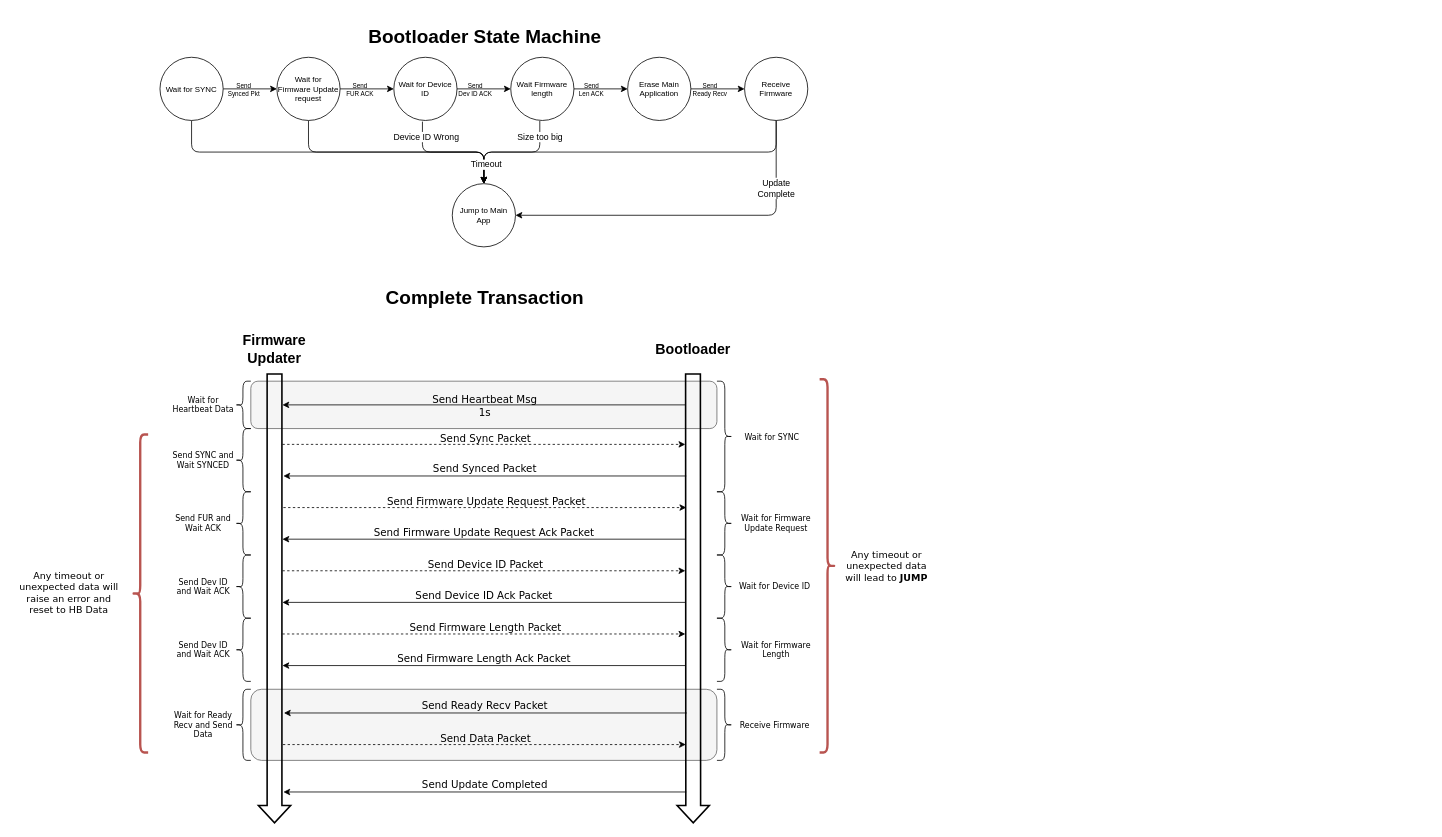
The draw.io diagram page "Bootloader State Machine" (4 of 4) of bootloader/bootloader mechanics.drawio in pipipipi2002/pmb_stm32, before the edit. Source tidied: cells renumbered, new cells numbered last; positions are measured from the earlier drawing's top-left corner, leaving out a move shared by most shapes. Both pictures are drawn from the tidied source at 79%, with x=0, y=0 at pixel (13, 25).
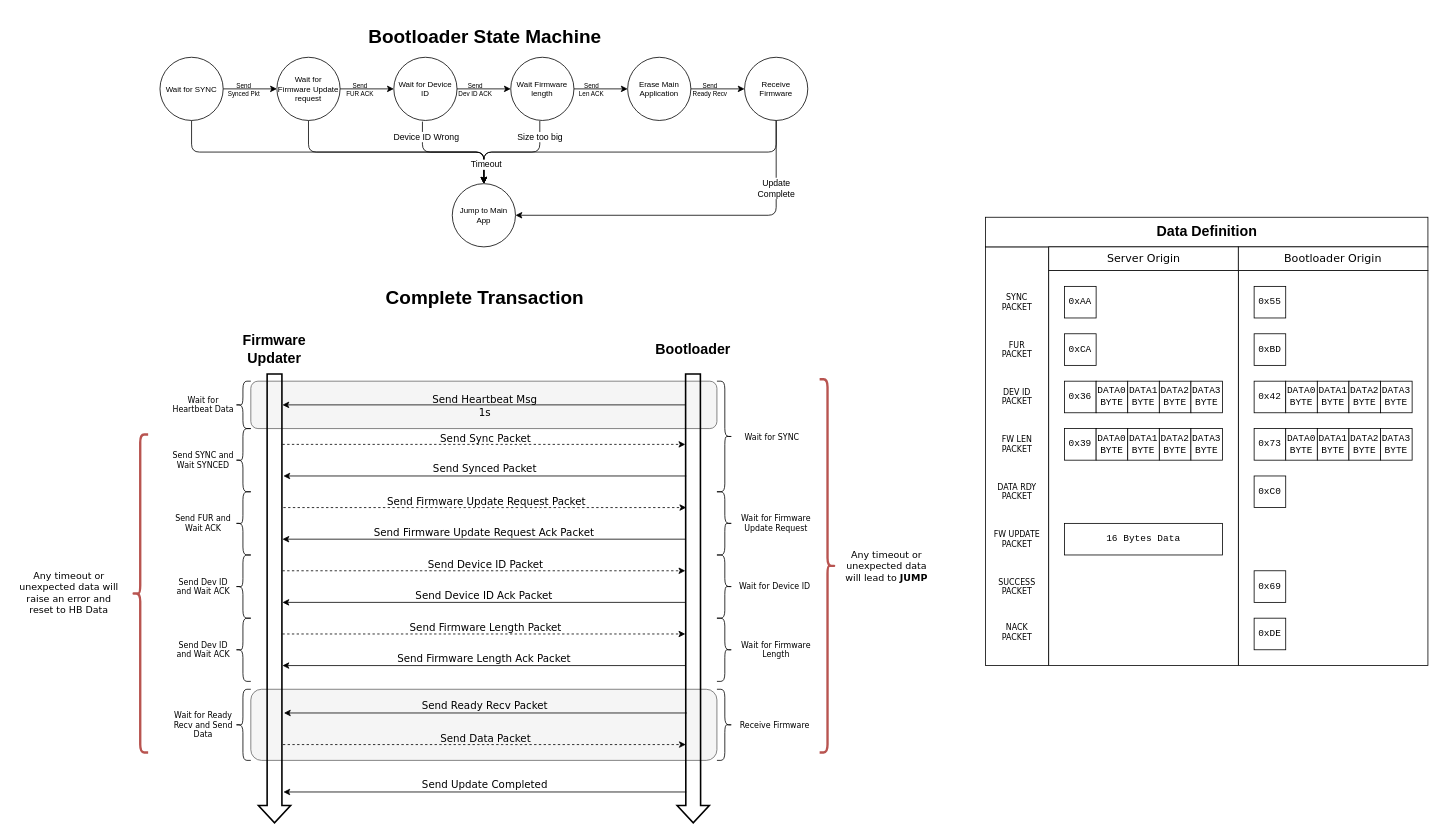
Above is the later version.

The edit, as a diff of the source:
```diff
@@
+    <mxCell id="86" style="rounded=0;whiteSpace=wrap;html=1;" parent="1" vertex="1">
+      <mxGeometry x="1230" y="280" width="80" height="530" as="geometry" />
+    </mxCell>
+    <mxCell id="87" style="rounded=0;whiteSpace=wrap;html=1;" parent="1" vertex="1">
+      <mxGeometry x="1550" y="310" width="240" height="500" as="geometry" />
+    </mxCell>
+    <mxCell id="88" style="rounded=0;whiteSpace=wrap;html=1;" parent="1" vertex="1">
+      <mxGeometry x="1310" y="310" width="240" height="500" as="geometry" />
+    </mxCell>
@@
+    <mxCell id="89" value="0xAA" style="rounded=0;whiteSpace=wrap;html=1;fontFamily=Courier New;" parent="1" vertex="1">
+      <mxGeometry x="1330" y="330" width="40" height="40" as="geometry" />
+    </mxCell>
+    <mxCell id="90" value="SYNC&lt;br&gt;PACKET" style="text;html=1;strokeColor=none;fillColor=none;align=center;verticalAlign=middle;whiteSpace=wrap;rounded=0;fontSize=10;fontFamily=Verdana;" parent="1" vertex="1">
+      <mxGeometry x="1230" y="332.5" width="80" height="35" as="geometry" />
+    </mxCell>
+    <mxCell id="91" value="0xCA" style="rounded=0;whiteSpace=wrap;html=1;fontFamily=Courier New;" parent="1" vertex="1">
+      <mxGeometry x="1330" y="390" width="40" height="40" as="geometry" />
+    </mxCell>
+    <mxCell id="92" value="0x55" style="rounded=0;whiteSpace=wrap;html=1;fontFamily=Courier New;" parent="1" vertex="1">
+      <mxGeometry x="1570" y="330" width="40" height="40" as="geometry" />
+    </mxCell>
+    <mxCell id="93" value="0xBD" style="rounded=0;whiteSpace=wrap;html=1;fontFamily=Courier New;" parent="1" vertex="1">
+      <mxGeometry x="1570" y="390" width="40" height="40" as="geometry" />
+    </mxCell>
+    <mxCell id="94" value="0x36" style="rounded=0;whiteSpace=wrap;html=1;fontFamily=Courier New;" parent="1" vertex="1">
+      <mxGeometry x="1330" y="450" width="40" height="40" as="geometry" />
+    </mxCell>
+    <mxCell id="95" value="0x42" style="rounded=0;whiteSpace=wrap;html=1;fontFamily=Courier New;" parent="1" vertex="1">
+      <mxGeometry x="1570" y="450" width="40" height="40" as="geometry" />
+    </mxCell>
+    <mxCell id="96" value="0x73" style="rounded=0;whiteSpace=wrap;html=1;fontFamily=Courier New;" parent="1" vertex="1">
+      <mxGeometry x="1570" y="510" width="40" height="40" as="geometry" />
+    </mxCell>
+    <mxCell id="97" value="0xC0" style="rounded=0;whiteSpace=wrap;html=1;fontFamily=Courier New;" parent="1" vertex="1">
+      <mxGeometry x="1570" y="570" width="40" height="40" as="geometry" />
+    </mxCell>
+    <mxCell id="98" value="0x39" style="rounded=0;whiteSpace=wrap;html=1;fontFamily=Courier New;" parent="1" vertex="1">
+      <mxGeometry x="1330" y="510" width="40" height="40" as="geometry" />
+    </mxCell>
+    <mxCell id="99" value="16 Bytes Data" style="rounded=0;whiteSpace=wrap;html=1;fontFamily=Courier New;" parent="1" vertex="1">
+      <mxGeometry x="1330" y="630" width="200" height="40" as="geometry" />
+    </mxCell>
+    <mxCell id="100" value="FUR&lt;br&gt;PACKET" style="text;html=1;strokeColor=none;fillColor=none;align=center;verticalAlign=middle;whiteSpace=wrap;rounded=0;fontSize=10;fontFamily=Verdana;" parent="1" vertex="1">
+      <mxGeometry x="1230" y="392.5" width="80" height="35" as="geometry" />
+    </mxCell>
+    <mxCell id="101" value="DEV ID&lt;br&gt;PACKET" style="text;html=1;strokeColor=none;fillColor=none;align=center;verticalAlign=middle;whiteSpace=wrap;rounded=0;fontSize=10;fontFamily=Verdana;" parent="1" vertex="1">
+      <mxGeometry x="1230" y="452.5" width="80" height="35" as="geometry" />
+    </mxCell>
+    <mxCell id="102" value="FW LEN&lt;br&gt;PACKET" style="text;html=1;strokeColor=none;fillColor=none;align=center;verticalAlign=middle;whiteSpace=wrap;rounded=0;fontSize=10;fontFamily=Verdana;" parent="1" vertex="1">
+      <mxGeometry x="1230" y="512.5" width="80" height="35" as="geometry" />
+    </mxCell>
+    <mxCell id="103" value="DATA RDY&lt;br&gt;PACKET" style="text;html=1;strokeColor=none;fillColor=none;align=center;verticalAlign=middle;whiteSpace=wrap;rounded=0;fontSize=10;fontFamily=Verdana;" parent="1" vertex="1">
+      <mxGeometry x="1230" y="572.5" width="80" height="35" as="geometry" />
+    </mxCell>
+    <mxCell id="104" value="FW UPDATE&lt;br&gt;PACKET" style="text;html=1;strokeColor=none;fillColor=none;align=center;verticalAlign=middle;whiteSpace=wrap;rounded=0;fontSize=10;fontFamily=Verdana;" parent="1" vertex="1">
+      <mxGeometry x="1230" y="632.5" width="80" height="35" as="geometry" />
+    </mxCell>
+    <mxCell id="105" value="DATA0&lt;br&gt;BYTE" style="rounded=0;whiteSpace=wrap;html=1;fontFamily=Courier New;" parent="1" vertex="1">
+      <mxGeometry x="1370" y="450" width="40" height="40" as="geometry" />
+    </mxCell>
+    <mxCell id="106" value="DATA1&lt;br&gt;BYTE" style="rounded=0;whiteSpace=wrap;html=1;fontFamily=Courier New;" parent="1" vertex="1">
+      <mxGeometry x="1410" y="450" width="40" height="40" as="geometry" />
+    </mxCell>
+    <mxCell id="107" value="DATA2&lt;br&gt;BYTE" style="rounded=0;whiteSpace=wrap;html=1;fontFamily=Courier New;" parent="1" vertex="1">
+      <mxGeometry x="1450" y="450" width="40" height="40" as="geometry" />
+    </mxCell>
+    <mxCell id="108" value="DATA3&lt;br&gt;BYTE" style="rounded=0;whiteSpace=wrap;html=1;fontFamily=Courier New;" parent="1" vertex="1">
+      <mxGeometry x="1490" y="450" width="40" height="40" as="geometry" />
+    </mxCell>
+    <mxCell id="109" value="DATA0&lt;br&gt;BYTE" style="rounded=0;whiteSpace=wrap;html=1;fontFamily=Courier New;" parent="1" vertex="1">
+      <mxGeometry x="1370" y="510" width="40" height="40" as="geometry" />
+    </mxCell>
+    <mxCell id="110" value="DATA1&lt;br&gt;BYTE" style="rounded=0;whiteSpace=wrap;html=1;fontFamily=Courier New;" parent="1" vertex="1">
+      <mxGeometry x="1410" y="510" width="40" height="40" as="geometry" />
+    </mxCell>
+    <mxCell id="111" value="DATA2&lt;br&gt;BYTE" style="rounded=0;whiteSpace=wrap;html=1;fontFamily=Courier New;" parent="1" vertex="1">
+      <mxGeometry x="1450" y="510" width="40" height="40" as="geometry" />
+    </mxCell>
+    <mxCell id="112" value="DATA3&lt;br&gt;BYTE" style="rounded=0;whiteSpace=wrap;html=1;fontFamily=Courier New;" parent="1" vertex="1">
+      <mxGeometry x="1490" y="510" width="40" height="40" as="geometry" />
+    </mxCell>
+    <mxCell id="113" value="DATA0&lt;br&gt;BYTE" style="rounded=0;whiteSpace=wrap;html=1;fontFamily=Courier New;" parent="1" vertex="1">
+      <mxGeometry x="1610" y="450" width="40" height="40" as="geometry" />
+    </mxCell>
+    <mxCell id="114" value="DATA1&lt;br&gt;BYTE" style="rounded=0;whiteSpace=wrap;html=1;fontFamily=Courier New;" parent="1" vertex="1">
+      <mxGeometry x="1650" y="450" width="40" height="40" as="geometry" />
+    </mxCell>
+    <mxCell id="115" value="DATA2&lt;br&gt;BYTE" style="rounded=0;whiteSpace=wrap;html=1;fontFamily=Courier New;" parent="1" vertex="1">
+      <mxGeometry x="1690" y="450" width="40" height="40" as="geometry" />
+    </mxCell>
+    <mxCell id="116" value="DATA3&lt;br&gt;BYTE" style="rounded=0;whiteSpace=wrap;html=1;fontFamily=Courier New;" parent="1" vertex="1">
+      <mxGeometry x="1730" y="450" width="40" height="40" as="geometry" />
+    </mxCell>
+    <mxCell id="117" value="DATA0&lt;br&gt;BYTE" style="rounded=0;whiteSpace=wrap;html=1;fontFamily=Courier New;" parent="1" vertex="1">
+      <mxGeometry x="1610" y="510" width="40" height="40" as="geometry" />
+    </mxCell>
+    <mxCell id="118" value="DATA1&lt;br&gt;BYTE" style="rounded=0;whiteSpace=wrap;html=1;fontFamily=Courier New;" parent="1" vertex="1">
+      <mxGeometry x="1650" y="510" width="40" height="40" as="geometry" />
+    </mxCell>
+    <mxCell id="119" value="DATA2&lt;br&gt;BYTE" style="rounded=0;whiteSpace=wrap;html=1;fontFamily=Courier New;" parent="1" vertex="1">
+      <mxGeometry x="1690" y="510" width="40" height="40" as="geometry" />
+    </mxCell>
+    <mxCell id="120" value="DATA3&lt;br&gt;BYTE" style="rounded=0;whiteSpace=wrap;html=1;fontFamily=Courier New;" parent="1" vertex="1">
+      <mxGeometry x="1730" y="510" width="40" height="40" as="geometry" />
+    </mxCell>
+    <mxCell id="121" value="0x69" style="rounded=0;whiteSpace=wrap;html=1;fontFamily=Courier New;" parent="1" vertex="1">
+      <mxGeometry x="1570" y="690" width="40" height="40" as="geometry" />
+    </mxCell>
+    <mxCell id="122" value="SUCCESS&lt;br&gt;PACKET" style="text;html=1;strokeColor=none;fillColor=none;align=center;verticalAlign=middle;whiteSpace=wrap;rounded=0;fontSize=10;fontFamily=Verdana;" parent="1" vertex="1">
+      <mxGeometry x="1230" y="692.5" width="80" height="35" as="geometry" />
+    </mxCell>
+    <mxCell id="123" value="NACK&lt;br&gt;PACKET" style="text;html=1;strokeColor=none;fillColor=none;align=center;verticalAlign=middle;whiteSpace=wrap;rounded=0;fontSize=10;fontFamily=Verdana;" parent="1" vertex="1">
+      <mxGeometry x="1230" y="750" width="80" height="35" as="geometry" />
+    </mxCell>
+    <mxCell id="124" value="0xDE" style="rounded=0;whiteSpace=wrap;html=1;fontFamily=Courier New;" parent="1" vertex="1">
+      <mxGeometry x="1570" y="750" width="40" height="40" as="geometry" />
+    </mxCell>
+    <mxCell id="125" style="rounded=0;whiteSpace=wrap;html=1;" parent="1" vertex="1">
+      <mxGeometry x="1230" y="242.5" width="560" height="37.5" as="geometry" />
+    </mxCell>
+    <mxCell id="126" value="&lt;h2&gt;Data Definition&lt;/h2&gt;" style="text;html=1;strokeColor=none;fillColor=none;align=center;verticalAlign=middle;whiteSpace=wrap;rounded=0;" parent="1" vertex="1">
+      <mxGeometry x="1442.5" y="241.2" width="135" height="40" as="geometry" />
+    </mxCell>
+    <mxCell id="127" style="rounded=0;whiteSpace=wrap;html=1;" parent="1" vertex="1">
+      <mxGeometry x="1310" y="280" width="240" height="30" as="geometry" />
+    </mxCell>
+    <mxCell id="128" style="rounded=0;whiteSpace=wrap;html=1;" parent="1" vertex="1">
+      <mxGeometry x="1550" y="280" width="240" height="30" as="geometry" />
+    </mxCell>
+    <mxCell id="129" value="Server Origin" style="text;html=1;strokeColor=none;fillColor=none;align=center;verticalAlign=middle;whiteSpace=wrap;rounded=0;fontSize=14;fontFamily=Verdana;" parent="1" vertex="1">
+      <mxGeometry x="1327.5" y="280" width="205" height="30" as="geometry" />
+    </mxCell>
+    <mxCell id="130" value="Bootloader Origin" style="text;html=1;strokeColor=none;fillColor=none;align=center;verticalAlign=middle;whiteSpace=wrap;rounded=0;fontSize=14;fontFamily=Verdana;" parent="1" vertex="1">
+      <mxGeometry x="1565" y="280" width="210" height="30" as="geometry" />
+    </mxCell>
```
